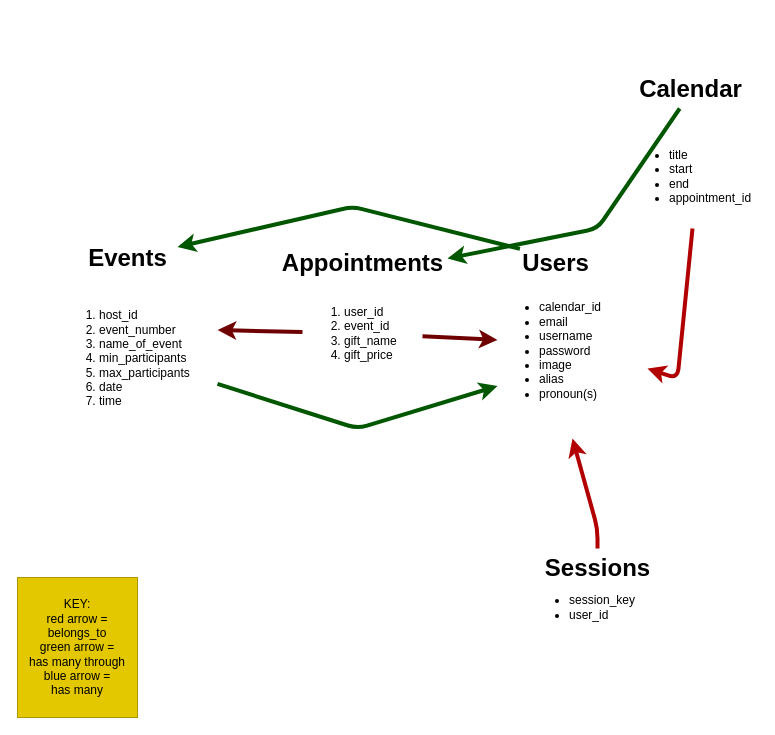
The draw.io diagram schema.drawio in BrandonPinto/phase-5-project-brandon-pinto, before the edit. Source tidied: cells renumbered, new cells numbered last; positions are measured from the earlier drawing's top-left corner, leaving out a move shared by most shapes. Both pictures are drawn from the tidied source at 100%, with x=0, y=0 at pixel (17, 74).
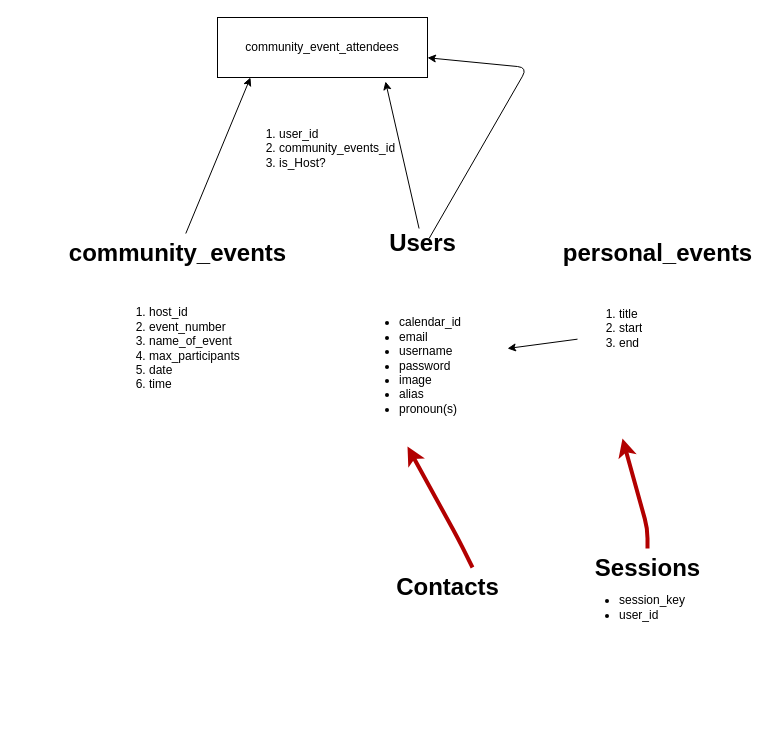
The same diagram, later.

The edit, as a diff of the source:
```diff
@@
+    <mxCell id="20" style="edgeStyle=none;html=1;entryX=0.8;entryY=1.067;entryDx=0;entryDy=0;entryPerimeter=0;" parent="1" edge="1" source="2" target="24">
+      <mxGeometry relative="1" as="geometry" />
+    </mxCell>
     <mxCell id="2" value="Users" style="text;strokeColor=none;fillColor=none;html=1;fontSize=24;fontStyle=1;verticalAlign=middle;align=center;" parent="1" vertex="1">
-      <mxGeometry x="490" y="174" width="95" height="30" as="geometry" />
+      <mxGeometry x="357.5" y="154" width="95" height="30" as="geometry" />
     </mxCell>
-    <mxCell id="3" value="Appointments" style="text;strokeColor=none;fillColor=none;html=1;fontSize=24;fontStyle=1;verticalAlign=middle;align=center;" parent="1" vertex="1">
-      <mxGeometry x="295" y="169" width="100" height="40" as="geometry" />
+    <mxCell id="3" value="personal_events" style="text;strokeColor=none;fillColor=none;html=1;fontSize=24;fontStyle=1;verticalAlign=middle;align=center;" parent="1" vertex="1">
+      <mxGeometry x="590" y="159" width="100" height="40" as="geometry" />
     </mxCell>
     <mxCell id="4" value="&lt;div&gt;&lt;br&gt;&lt;/div&gt;&lt;ul&gt;&lt;li&gt;calendar_id&lt;/li&gt;&lt;li&gt;email&lt;/li&gt;&lt;li&gt;username&lt;/li&gt;&lt;li&gt;password&lt;/li&gt;&lt;li&gt;image&lt;/li&gt;&lt;li&gt;alias&lt;/li&gt;&lt;li&gt;pronoun(s)&lt;/li&gt;&lt;/ul&gt;" style="text;strokeColor=none;fillColor=none;html=1;whiteSpace=wrap;verticalAlign=middle;overflow=hidden;" parent="1" vertex="1">
-      <mxGeometry x="480" y="184" width="150" height="170" as="geometry" />
+      <mxGeometry x="340" y="199" width="150" height="170" as="geometry" />
     </mxCell>
-    <mxCell id="5" style="edgeStyle=none;html=1;strokeWidth=4;fillColor=#a20025;strokeColor=#6F0000;" parent="1" edge="1" source="7" target="4">
+    <mxCell id="5" style="edgeStyle=none;html=1;" parent="1" edge="1" source="7" target="4">
       <mxGeometry relative="1" as="geometry" />
     </mxCell>
-    <mxCell id="6" style="edgeStyle=none;html=1;strokeWidth=4;entryX=1.001;entryY=0.322;entryDx=0;entryDy=0;entryPerimeter=0;fillColor=#a20025;strokeColor=#6F0000;" parent="1" edge="1" source="7" target="13">
-      <mxGeometry relative="1" as="geometry" />
-    </mxCell>
-    <mxCell id="7" value="&lt;ol&gt;&lt;li&gt;user_id&lt;/li&gt;&lt;li&gt;event_id&lt;/li&gt;&lt;li&gt;gift_name&lt;/li&gt;&lt;li&gt;gift_price&lt;/li&gt;&lt;/ol&gt;" style="text;strokeColor=none;fillColor=none;html=1;whiteSpace=wrap;verticalAlign=middle;overflow=hidden;" parent="1" vertex="1">
-      <mxGeometry x="285" y="209" width="120" height="100" as="geometry" />
+    <mxCell id="7" value="&lt;ol&gt;&lt;li&gt;title&lt;/li&gt;&lt;li&gt;start&lt;/li&gt;&lt;li&gt;end&lt;/li&gt;&lt;/ol&gt;" style="text;strokeColor=none;fillColor=none;html=1;whiteSpace=wrap;verticalAlign=middle;overflow=hidden;" parent="1" vertex="1">
+      <mxGeometry x="560" y="204" width="160" height="100" as="geometry" />
     </mxCell>
     <mxCell id="8" value="&lt;ul&gt;&lt;li&gt;session_key&lt;/li&gt;&lt;li&gt;user_id&lt;/li&gt;&lt;/ul&gt;" style="text;strokeColor=none;fillColor=none;html=1;whiteSpace=wrap;verticalAlign=middle;overflow=hidden;" parent="1" vertex="1">
-      <mxGeometry x="510" y="493" width="140" height="80" as="geometry" />
+      <mxGeometry x="560" y="493" width="140" height="80" as="geometry" />
     </mxCell>
     <mxCell id="9" style="edgeStyle=none;html=1;fillColor=#e51400;strokeColor=#B20000;strokeWidth=4;exitX=0.5;exitY=0;exitDx=0;exitDy=0;" parent="1" edge="1" source="10">
       <mxGeometry relative="1" as="geometry">
-        <mxPoint x="555" y="364" as="targetPoint" />
+        <mxPoint x="605" y="364" as="targetPoint" />
         <Array as="points">
-          <mxPoint x="580" y="454" />
+          <mxPoint x="630" y="454" />
         </Array>
       </mxGeometry>
     </mxCell>
     <mxCell id="10" value="Sessions" style="text;strokeColor=none;fillColor=none;html=1;fontSize=24;fontStyle=1;verticalAlign=middle;align=center;" parent="1" vertex="1">
-      <mxGeometry x="530" y="474" width="100" height="40" as="geometry" />
+      <mxGeometry x="580" y="474" width="100" height="40" as="geometry" />
     </mxCell>
-    <mxCell id="11" value="KEY:&lt;br&gt;red arrow = belongs_to&lt;br&gt;green arrow =&lt;br&gt;has many through&lt;br&gt;blue arrow =&lt;br&gt;has many" style="rounded=0;whiteSpace=wrap;html=1;fillColor=#e3c800;fontColor=#000000;strokeColor=#B09500;" parent="1" vertex="1">
-      <mxGeometry y="503" width="120" height="140" as="geometry" />
-    </mxCell>
-    <mxCell id="12" style="edgeStyle=none;html=1;entryX=0;entryY=0.75;entryDx=0;entryDy=0;strokeWidth=4;fillColor=#008a00;strokeColor=#005700;" parent="1" edge="1" source="13" target="4">
-      <mxGeometry relative="1" as="geometry">
-        <Array as="points">
-          <mxPoint x="340" y="354" />
-        </Array>
-      </mxGeometry>
-    </mxCell>
-    <mxCell id="13" value="&lt;ol&gt;&lt;li&gt;host_id&lt;/li&gt;&lt;li&gt;event_number&lt;/li&gt;&lt;li&gt;name_of_event&lt;/li&gt;&lt;li&gt;min_participants&lt;/li&gt;&lt;li&gt;max_participants&lt;/li&gt;&lt;li&gt;date&lt;/li&gt;&lt;li&gt;time&lt;/li&gt;&lt;/ol&gt;" style="text;strokeColor=none;fillColor=none;html=1;whiteSpace=wrap;verticalAlign=middle;overflow=hidden;" parent="1" vertex="1">
-      <mxGeometry x="40" y="204" width="160" height="160" as="geometry" />
+    <mxCell id="13" value="&lt;ol&gt;&lt;li&gt;host_id&lt;/li&gt;&lt;li&gt;event_number&lt;/li&gt;&lt;li&gt;name_of_event&lt;/li&gt;&lt;li&gt;max_participants&lt;/li&gt;&lt;li&gt;date&lt;/li&gt;&lt;li&gt;time&lt;/li&gt;&lt;/ol&gt;" style="text;strokeColor=none;fillColor=none;html=1;whiteSpace=wrap;verticalAlign=middle;overflow=hidden;" parent="1" vertex="1">
+      <mxGeometry x="90" y="194" width="160" height="160" as="geometry" />
     </mxCell>
+    <mxCell id="21" style="edgeStyle=none;html=1;entryX=0.157;entryY=1;entryDx=0;entryDy=0;entryPerimeter=0;" parent="1" edge="1" source="14" target="24">
+      <mxGeometry relative="1" as="geometry" />
+    </mxCell>
-    <mxCell id="14" value="Events" style="text;strokeColor=none;fillColor=none;html=1;fontSize=24;fontStyle=1;verticalAlign=middle;align=center;" parent="1" vertex="1">
-      <mxGeometry x="60" y="164" width="100" height="40" as="geometry" />
+    <mxCell id="14" value="community_events" style="text;strokeColor=none;fillColor=none;html=1;fontSize=24;fontStyle=1;verticalAlign=middle;align=center;" parent="1" vertex="1">
+      <mxGeometry x="110" y="159" width="100" height="40" as="geometry" />
     </mxCell>
-    <mxCell id="15" value="Calendar" style="text;strokeColor=none;fillColor=none;html=1;fontSize=24;fontStyle=1;verticalAlign=middle;align=center;" parent="1" vertex="1">
-      <mxGeometry x="610" width="125" height="30" as="geometry" />
-    </mxCell>
-    <mxCell id="16" style="edgeStyle=none;html=1;strokeWidth=4;fillColor=#008a00;strokeColor=#005700;" parent="1" edge="1">
-      <mxGeometry relative="1" as="geometry">
-        <mxPoint x="662.2" y="34" as="sourcePoint" />
-        <mxPoint x="430" y="184" as="targetPoint" />
-        <Array as="points">
-          <mxPoint x="580" y="154" />
-        </Array>
-      </mxGeometry>
-    </mxCell>
-    <mxCell id="17" value="&lt;div&gt;&lt;br&gt;&lt;/div&gt;&lt;ul&gt;&lt;li&gt;title&lt;/li&gt;&lt;li&gt;start&lt;/li&gt;&lt;li&gt;end&lt;/li&gt;&lt;li&gt;appointment_id&lt;/li&gt;&lt;/ul&gt;" style="text;strokeColor=none;fillColor=none;html=1;whiteSpace=wrap;verticalAlign=middle;overflow=hidden;" parent="1" vertex="1">
-      <mxGeometry x="610" y="40" width="130" height="110" as="geometry" />
-    </mxCell>
-    <mxCell id="18" style="edgeStyle=none;html=1;fillColor=#e51400;strokeColor=#B20000;strokeWidth=4;exitX=0.5;exitY=1;exitDx=0;exitDy=0;" parent="1" edge="1" target="4">
-      <mxGeometry relative="1" as="geometry">
-        <mxPoint x="675" y="154" as="sourcePoint" />
-        <Array as="points">
-          <mxPoint x="660" y="304" />
-        </Array>
-      </mxGeometry>
-    </mxCell>
-    <mxCell id="19" style="edgeStyle=none;html=1;strokeWidth=4;fillColor=#008a00;strokeColor=#005700;exitX=0.131;exitY=0.011;exitDx=0;exitDy=0;exitPerimeter=0;" parent="1" edge="1" source="2" target="14">
-      <mxGeometry relative="1" as="geometry">
-        <Array as="points">
-          <mxPoint x="335" y="132.2" />
-        </Array>
-      </mxGeometry>
-    </mxCell>
+    <mxCell id="22" style="edgeStyle=none;html=1;fillColor=#e51400;strokeColor=#B20000;strokeWidth=4;exitX=0.75;exitY=0;exitDx=0;exitDy=0;" parent="1" edge="1" source="23">
+      <mxGeometry relative="1" as="geometry">
+        <mxPoint x="390" y="372" as="targetPoint" />
+        <Array as="points">
+          <mxPoint x="440" y="463" />
+        </Array>
+      </mxGeometry>
+    </mxCell>
+    <mxCell id="23" value="Contacts" style="text;strokeColor=none;fillColor=none;html=1;fontSize=24;fontStyle=1;verticalAlign=middle;align=center;" parent="1" vertex="1">
+      <mxGeometry x="380" y="493" width="100" height="40" as="geometry" />
+    </mxCell>
+    <mxCell id="24" value="community_event_attendees" style="whiteSpace=wrap;html=1;" parent="1" vertex="1">
+      <mxGeometry x="200" y="-57" width="210" height="60" as="geometry" />
+    </mxCell>
+    <mxCell id="25" style="edgeStyle=none;html=1;" parent="1" edge="1" target="24">
+      <mxGeometry relative="1" as="geometry">
+        <mxPoint x="411.6" y="164" as="sourcePoint" />
+        <Array as="points">
+          <mxPoint x="510" y="-7" />
+        </Array>
+      </mxGeometry>
+    </mxCell>
+    <mxCell id="26" value="&lt;ol&gt;&lt;li&gt;user_id&lt;/li&gt;&lt;li&gt;community_events_id&lt;/li&gt;&lt;li&gt;is_Host?&lt;/li&gt;&lt;/ol&gt;" style="text;strokeColor=none;fillColor=none;html=1;whiteSpace=wrap;verticalAlign=middle;overflow=hidden;" parent="1" vertex="1">
+      <mxGeometry x="220" y="-6" width="160" height="160" as="geometry" />
+    </mxCell>
```
